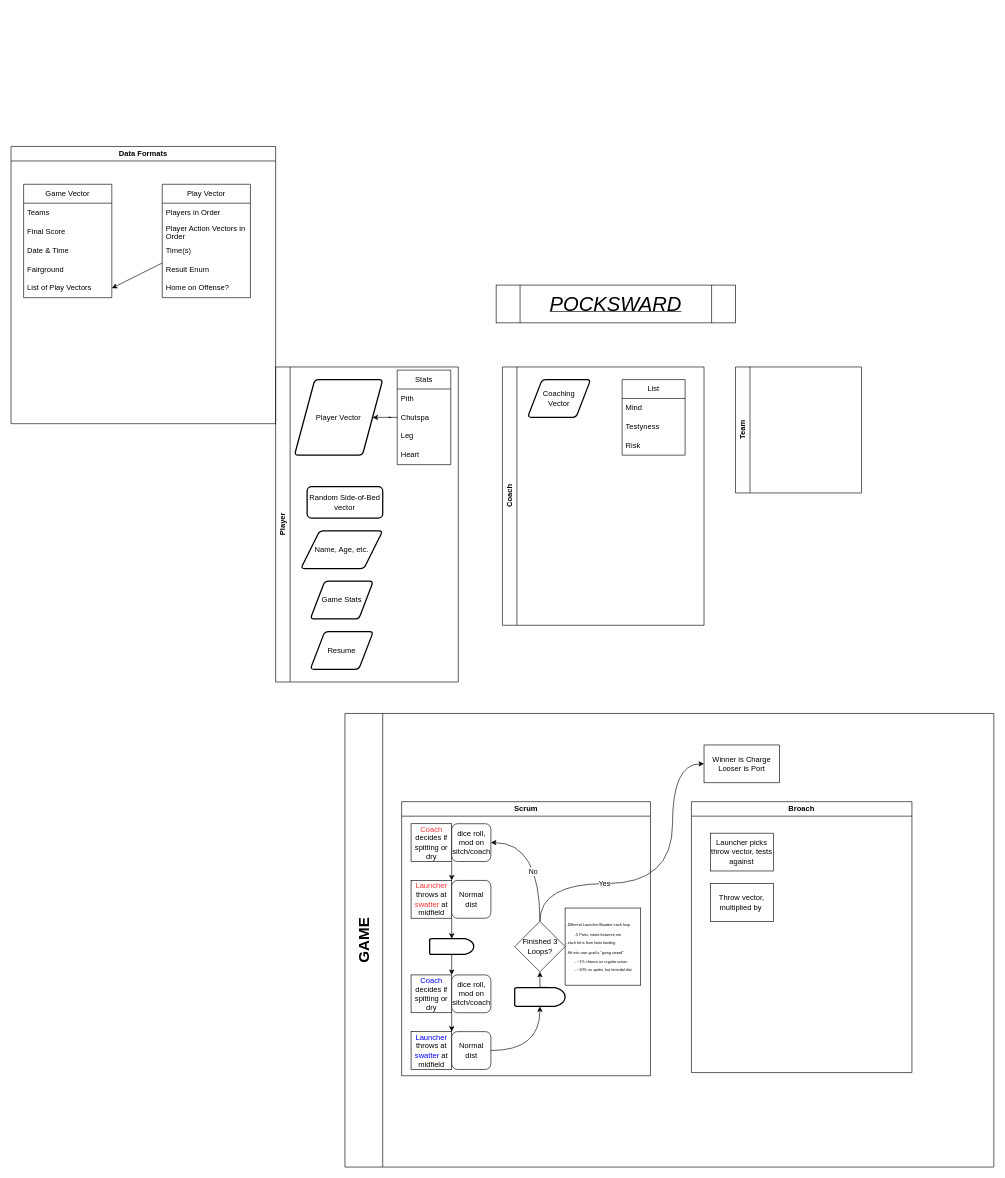
Before: Pockslide.drawio in Leviticoos/pockslide, a draw.io diagram. Source tidied: cells renumbered, new cells numbered last; positions are measured from the earlier drawing's top-left corner, leaving out a move shared by most shapes. Both pictures are drawn from the tidied source at 63%, with x=0, y=0 at pixel (11, 146).
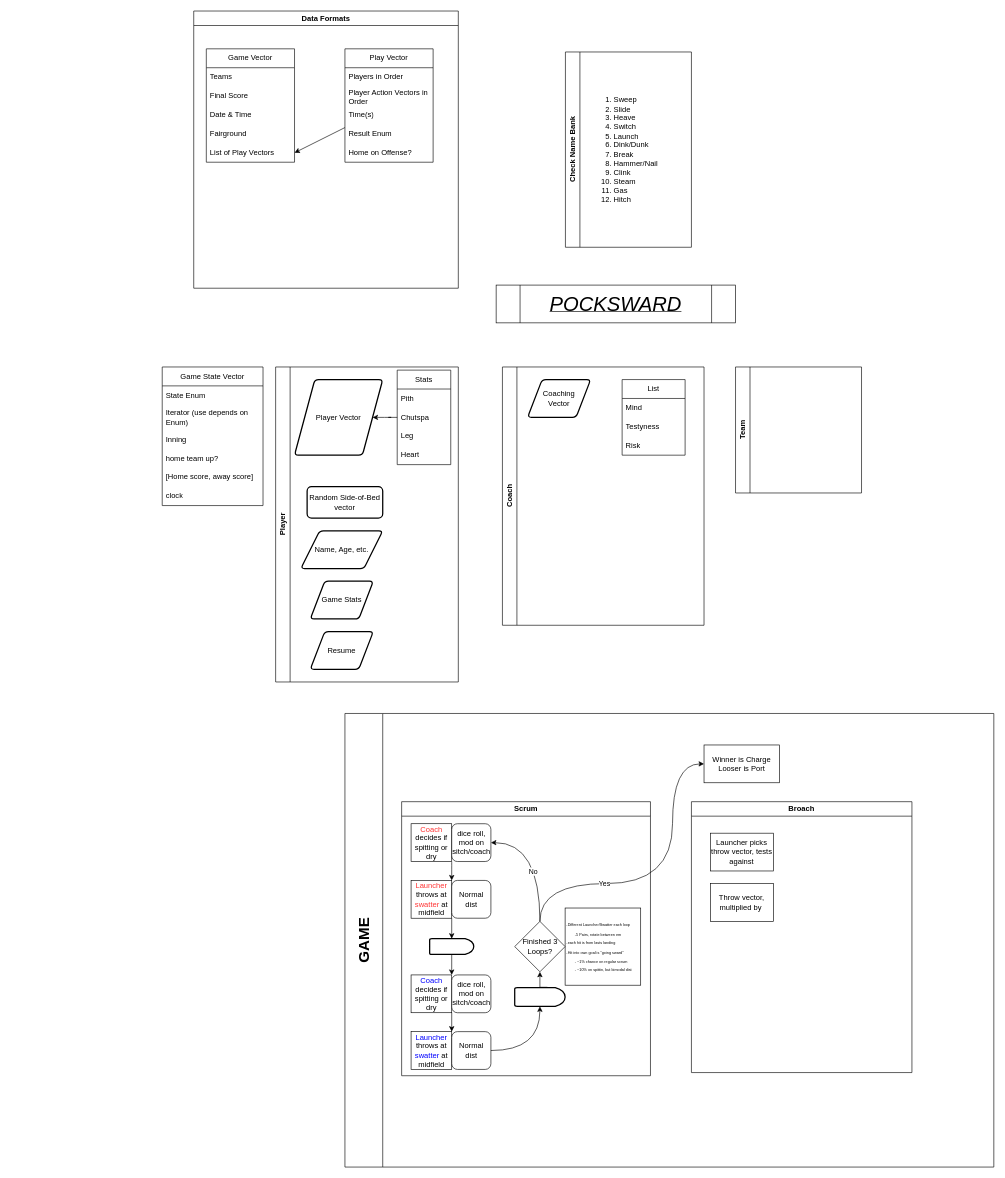
After the change.

Change to the diagram source:
```diff
@@
     <mxCell id="50" value="Data Formats" style="swimlane;whiteSpace=wrap;html=1;" parent="1" vertex="1">
-      <mxGeometry width="420" height="440" as="geometry" />
+      <mxGeometry x="290" y="-215" width="420" height="440" as="geometry" />
     </mxCell>
@@
+    <mxCell id="64" value="Check Name Bank" style="swimlane;horizontal=0;whiteSpace=wrap;html=1;" parent="1" vertex="1">
+      <mxGeometry x="880" y="-150" width="200" height="310" as="geometry" />
+    </mxCell>
+    <mxCell id="65" value="&lt;ol&gt;&lt;li&gt;Sweep&lt;/li&gt;&lt;li&gt;Slide&lt;/li&gt;&lt;li&gt;Heave&lt;/li&gt;&lt;li&gt;Switch&lt;/li&gt;&lt;li&gt;Launch&lt;/li&gt;&lt;li&gt;Dink/Dunk&lt;/li&gt;&lt;li&gt;Break&lt;/li&gt;&lt;li&gt;Hammer/Nail&lt;/li&gt;&lt;li&gt;Clink&lt;/li&gt;&lt;li&gt;Steam&lt;/li&gt;&lt;li&gt;Gas&lt;/li&gt;&lt;li&gt;Hitch&lt;/li&gt;&lt;/ol&gt;" style="text;html=1;align=left;verticalAlign=middle;strokeColor=none;fillColor=none;" parent="64" vertex="1">
+      <mxGeometry x="35" y="15" width="130" height="280" as="geometry" />
+    </mxCell>
+    <mxCell id="66" value="Game State Vector" style="swimlane;fontStyle=0;horizontal=1;startSize=30;whiteSpace=wrap;html=1;" parent="1" vertex="1">
+      <mxGeometry x="240" y="350" width="160" height="220" as="geometry" />
+    </mxCell>
+    <mxCell id="67" value="State Enum" style="text;strokeColor=none;fillColor=none;align=left;verticalAlign=middle;spacingLeft=4;spacingRight=4;overflow=hidden;whiteSpace=wrap;html=1;" parent="66" vertex="1">
+      <mxGeometry y="30" width="160" height="30" as="geometry" />
+    </mxCell>
+    <mxCell id="68" value="Iterator (use depends on Enum)" style="text;strokeColor=none;fillColor=none;align=left;verticalAlign=middle;spacingLeft=4;spacingRight=4;overflow=hidden;whiteSpace=wrap;html=1;" parent="66" vertex="1">
+      <mxGeometry y="60" width="160" height="40" as="geometry" />
+    </mxCell>
+    <mxCell id="69" value="Inning" style="text;strokeColor=none;fillColor=none;align=left;verticalAlign=middle;spacingLeft=4;spacingRight=4;overflow=hidden;whiteSpace=wrap;html=1;" parent="66" vertex="1">
+      <mxGeometry y="100" width="160" height="30" as="geometry" />
+    </mxCell>
+    <mxCell id="70" value="home team up?" style="text;strokeColor=none;fillColor=none;align=left;verticalAlign=middle;spacingLeft=4;spacingRight=4;overflow=hidden;whiteSpace=wrap;html=1;" parent="66" vertex="1">
+      <mxGeometry y="130" width="160" height="30" as="geometry" />
+    </mxCell>
+    <mxCell id="71" value="[Home score, away score]" style="text;strokeColor=none;fillColor=none;align=left;verticalAlign=middle;spacingLeft=4;spacingRight=4;overflow=hidden;whiteSpace=wrap;html=1;" parent="66" vertex="1">
+      <mxGeometry y="160" width="160" height="30" as="geometry" />
+    </mxCell>
+    <mxCell id="72" value="clock" style="text;strokeColor=none;fillColor=none;align=left;verticalAlign=middle;spacingLeft=4;spacingRight=4;overflow=hidden;whiteSpace=wrap;html=1;" parent="66" vertex="1">
+      <mxGeometry y="190" width="160" height="30" as="geometry" />
+    </mxCell>
```
